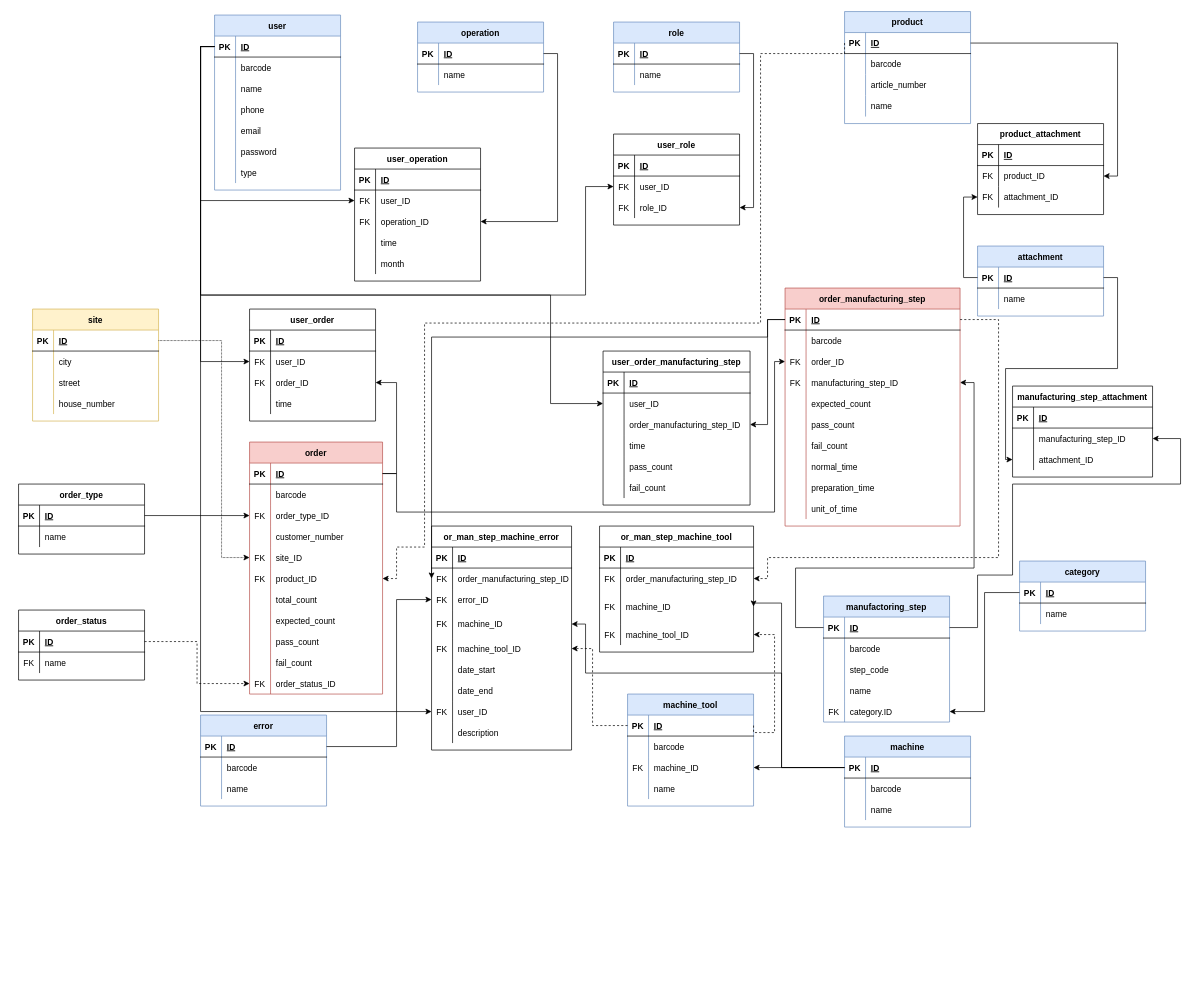
KerteszZoltan/mesterminal keeps this draw.io diagram as DOC/diagrams/database_plan_2_0_0.drawio. Above is the earlier version. Source tidied: cells renumbered, new cells numbered last; positions are measured from the earlier drawing's top-left corner, leaving out a move shared by most shapes. Both pictures are drawn from the tidied source at 70%, with x=0, y=0 at pixel (18, 11).
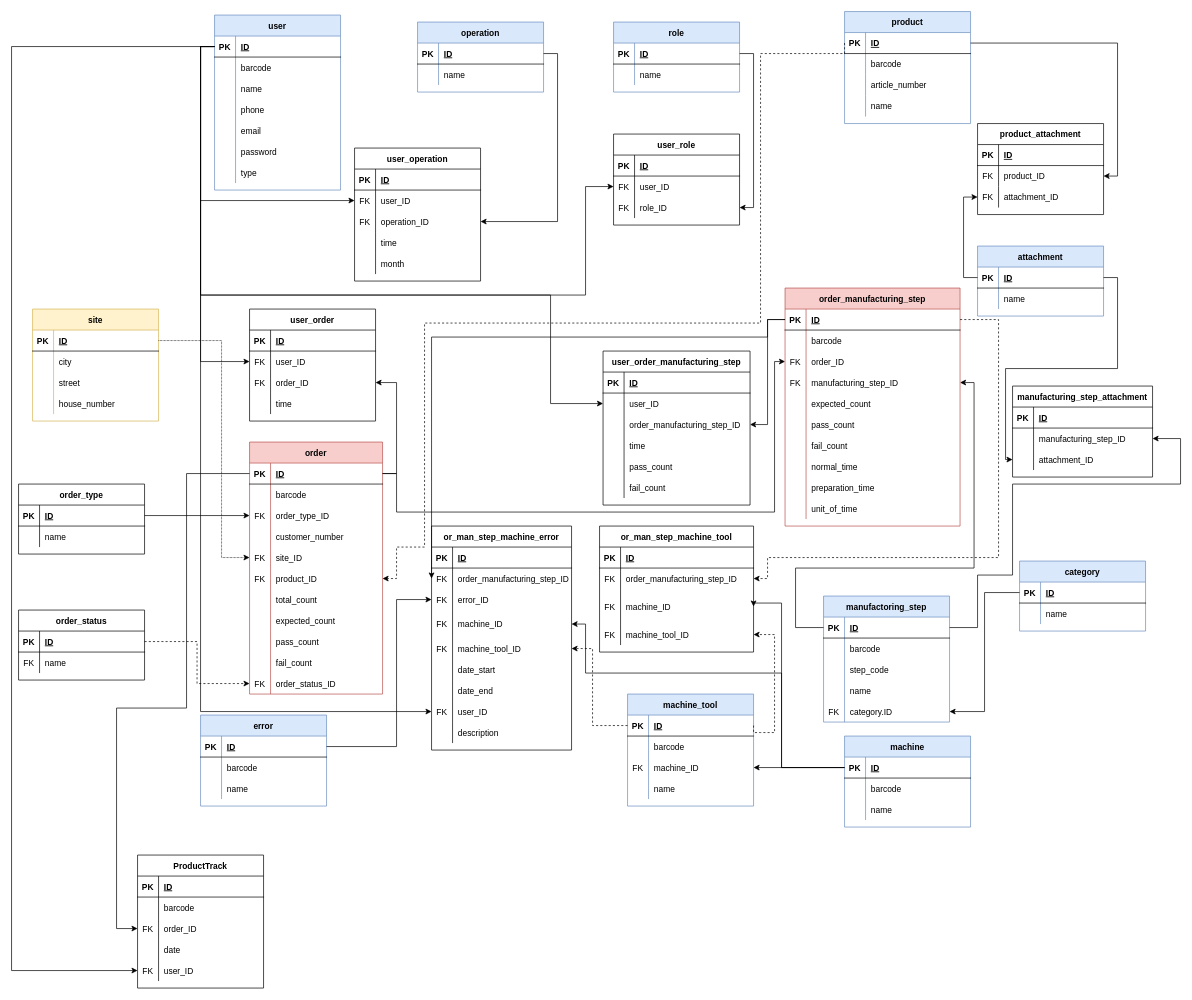
The same page after the edit.

Commit message:
product_tracking create

The change refers to these unchanged cells:
```xml
<mxCell id="3" style="shape=partialRectangle;fillColor=none;top=0;left=0;bottom=1;right=0;points=[[0,0.5],[1,0.5]];portConstraint=eastwest;" parent="2" vertex="1">
  <mxGeometry y="30" width="180" height="30" as="geometry" />
</mxCell>
<mxCell id="69" style="shape=partialRectangle;fillColor=none;top=0;left=0;bottom=1;right=0;points=[[0,0.5],[1,0.5]];portConstraint=eastwest;" parent="68" vertex="1">
  <mxGeometry y="30" width="190" height="30" as="geometry" />
</mxCell>
```

Diff of the diagram source:
```diff
@@
+    <mxCell id="353" value="ProductTrack" style="shape=table;startSize=30;childLayout=tableLayout;rowLines=0;fontStyle=1;align=center;" parent="1" vertex="1">
+      <mxGeometry x="170" y="1205" width="180" height="190" as="geometry" />
+    </mxCell>
+    <mxCell id="354" style="shape=partialRectangle;fillColor=none;top=0;left=0;bottom=1;right=0;" parent="353" vertex="1">
+      <mxGeometry y="30" width="180" height="30" as="geometry" />
+    </mxCell>
+    <mxCell id="355" value="PK" style="shape=partialRectangle;fillColor=none;top=0;left=0;bottom=0;right=0;fontStyle=1;overflow=hidden;" parent="354" vertex="1">
+      <mxGeometry width="30" height="30" as="geometry" />
+    </mxCell>
+    <mxCell id="356" value="ID" style="shape=partialRectangle;fillColor=none;top=0;left=0;bottom=0;right=0;align=left;spacingLeft=6;fontStyle=5;overflow=hidden;" parent="354" vertex="1">
+      <mxGeometry x="30" width="150" height="30" as="geometry" />
+    </mxCell>
+    <mxCell id="357" style="shape=partialRectangle;fillColor=none;top=0;left=0;bottom=0;right=0;" parent="353" vertex="1">
+      <mxGeometry y="60" width="180" height="30" as="geometry" />
+    </mxCell>
+    <mxCell id="358" style="shape=partialRectangle;fillColor=none;top=0;left=0;bottom=0;right=0;overflow=hidden;" parent="357" vertex="1">
+      <mxGeometry width="30" height="30" as="geometry" />
+    </mxCell>
+    <mxCell id="359" value="barcode" style="shape=partialRectangle;fillColor=none;top=0;left=0;bottom=0;right=0;align=left;spacingLeft=6;overflow=hidden;" parent="357" vertex="1">
+      <mxGeometry x="30" width="150" height="30" as="geometry" />
+    </mxCell>
+    <mxCell id="360" style="shape=partialRectangle;fillColor=none;top=0;left=0;bottom=0;right=0;points=[[0,0.5],[1,0.5]];portConstraint=eastwest;" parent="353" vertex="1">
+      <mxGeometry y="90" width="180" height="30" as="geometry" />
+    </mxCell>
+    <mxCell id="361" value="FK" style="shape=partialRectangle;fillColor=none;top=0;left=0;bottom=0;right=0;overflow=hidden;" parent="360" vertex="1">
+      <mxGeometry width="30" height="30" as="geometry" />
+    </mxCell>
+    <mxCell id="362" value="order_ID" style="shape=partialRectangle;fillColor=none;top=0;left=0;bottom=0;right=0;align=left;spacingLeft=6;overflow=hidden;" parent="360" vertex="1">
+      <mxGeometry x="30" width="150" height="30" as="geometry" />
+    </mxCell>
+    <mxCell id="363" style="shape=partialRectangle;fillColor=none;top=0;left=0;bottom=0;right=0;" parent="353" vertex="1">
+      <mxGeometry y="120" width="180" height="30" as="geometry" />
+    </mxCell>
+    <mxCell id="364" style="shape=partialRectangle;fillColor=none;top=0;left=0;bottom=0;right=0;overflow=hidden;" parent="363" vertex="1">
+      <mxGeometry width="30" height="30" as="geometry" />
+    </mxCell>
+    <mxCell id="365" value="date" style="shape=partialRectangle;fillColor=none;top=0;left=0;bottom=0;right=0;align=left;spacingLeft=6;overflow=hidden;" parent="363" vertex="1">
+      <mxGeometry x="30" width="150" height="30" as="geometry" />
+    </mxCell>
+    <mxCell id="366" style="shape=partialRectangle;fillColor=none;top=0;left=0;bottom=0;right=0;points=[[0,0.5],[1,0.5]];portConstraint=eastwest;" parent="353" vertex="1">
+      <mxGeometry y="150" width="180" height="30" as="geometry" />
+    </mxCell>
+    <mxCell id="367" value="FK" style="shape=partialRectangle;fillColor=none;top=0;left=0;bottom=0;right=0;overflow=hidden;" parent="366" vertex="1">
+      <mxGeometry width="30" height="30" as="geometry" />
+    </mxCell>
+    <mxCell id="368" value="user_ID" style="shape=partialRectangle;fillColor=none;top=0;left=0;bottom=0;right=0;align=left;spacingLeft=6;overflow=hidden;" parent="366" vertex="1">
+      <mxGeometry x="30" width="150" height="30" as="geometry" />
+    </mxCell>
+    <mxCell id="369" style="edgeStyle=orthogonalEdgeStyle;rounded=0;jettySize=auto;html=1;exitX=0;exitY=0.5;exitDx=0;exitDy=0;entryX=0;entryY=0.5;entryDx=0;entryDy=0;" parent="1" edge="1" source="69" target="360">
+      <mxGeometry relative="1" as="geometry">
+        <Array as="points">
+          <mxPoint x="240" y="660" />
+          <mxPoint x="240" y="995" />
+          <mxPoint x="140" y="995" />
+          <mxPoint x="140" y="1310" />
+        </Array>
+      </mxGeometry>
+    </mxCell>
+    <mxCell id="370" style="edgeStyle=orthogonalEdgeStyle;rounded=0;jettySize=auto;html=1;exitX=0;exitY=0.5;exitDx=0;exitDy=0;entryX=0;entryY=0.5;entryDx=0;entryDy=0;" parent="1" edge="1" source="3" target="366">
+      <mxGeometry relative="1" as="geometry">
+        <Array as="points">
+          <mxPoint x="-10" y="50" />
+          <mxPoint x="-10" y="1370" />
+        </Array>
+      </mxGeometry>
+    </mxCell>
```
